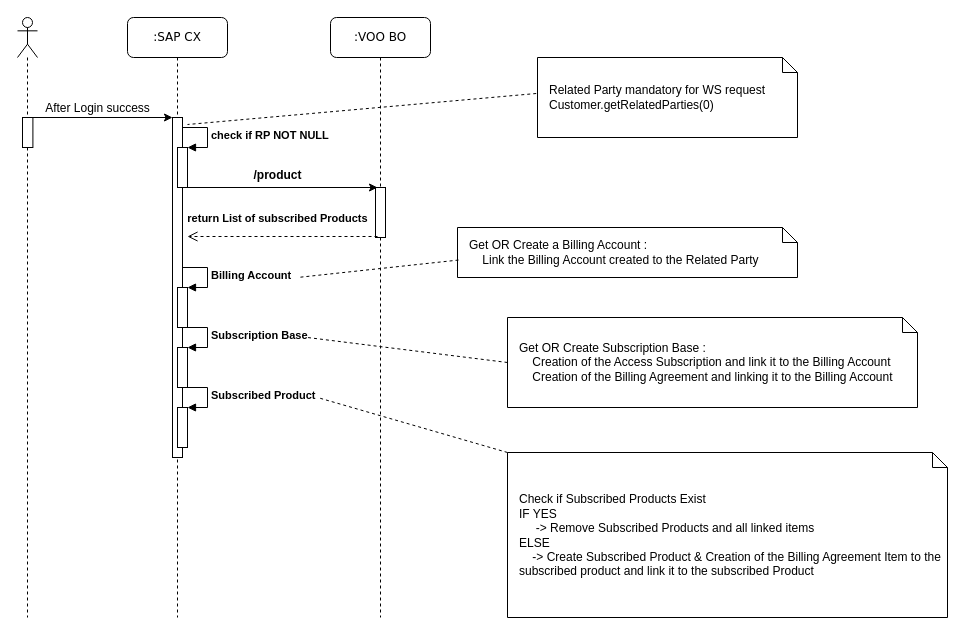
Before: page "subscriptions" (4 of 4) of SeqDiagram-CX-VOO-CDC.drawio in MudBloodArchitekt/draw.io, a draw.io diagram. Source tidied: cells renumbered, new cells numbered last; positions are measured from the earlier drawing's top-left corner, leaving out a move shared by most shapes. Both pictures are drawn from the tidied source at 100%, with x=0, y=0 at pixel (17, 17).
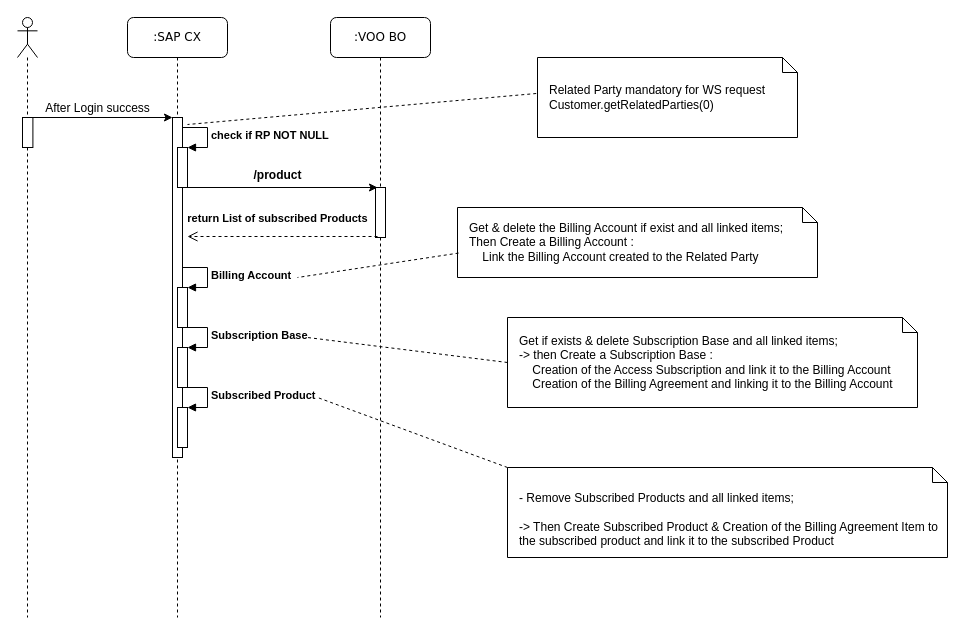
Above is the later version.

What changed in the source:
```diff
@@
-    <mxCell id="21" value="Get OR Create a Billing Account :&lt;br&gt;&amp;nbsp;&amp;nbsp;&amp;nbsp; Link the Billing Account created to the Related Party" style="shape=note;size=15;align=left;spacingLeft=10;html=1;whiteSpace=wrap;" parent="1" vertex="1">
-      <mxGeometry x="440" y="210" width="340" height="50" as="geometry" />
+    <mxCell id="21" value="Get &amp;amp; delete the Billing Account if exist  and all linked items;&lt;br&gt;Then Create a Billing Account :&lt;br&gt;&amp;nbsp;&amp;nbsp;&amp;nbsp; Link the Billing Account created to the Related Party" style="shape=note;size=15;align=left;spacingLeft=10;html=1;whiteSpace=wrap;" parent="1" vertex="1">
+      <mxGeometry x="440" y="190" width="360" height="70" as="geometry" />
     </mxCell>
@@
-    <mxCell id="23" value="Get OR Create Subscription Base :&lt;br&gt;&amp;nbsp;&amp;nbsp;&amp;nbsp; Creation of the Access Subscription and link it to the Billing Account&lt;br&gt;&amp;nbsp;&amp;nbsp;&amp;nbsp; Creation of the Billing Agreement and linking it to the Billing Account" style="shape=note;size=15;align=left;spacingLeft=10;html=1;whiteSpace=wrap;" parent="1" vertex="1">
+    <mxCell id="23" value="Get if exists &amp;amp; delete Subscription Base and all linked items;&lt;br&gt; -&amp;gt; then Create a Subscription Base :&lt;br&gt;&amp;nbsp;&amp;nbsp;&amp;nbsp; Creation of the Access Subscription and link it to the Billing Account&lt;br&gt;&amp;nbsp;&amp;nbsp;&amp;nbsp; Creation of the Billing Agreement and linking it to the Billing Account" style="shape=note;size=15;align=left;spacingLeft=10;html=1;whiteSpace=wrap;" parent="1" vertex="1">
       <mxGeometry x="490" y="300" width="410" height="90" as="geometry" />
     </mxCell>
-    <mxCell id="24" value="Check if Subscribed Products Exist&lt;br&gt;IF YES &lt;br&gt;&amp;nbsp;&amp;nbsp;&amp;nbsp;&amp;nbsp; -&amp;gt; Remove Subscribed Products and all linked items&lt;br&gt;ELSE&lt;br&gt;&amp;nbsp;&amp;nbsp;&amp;nbsp; -&amp;gt; Create Subscribed Product &amp;amp; Creation of the Billing Agreement Item to the subscribed product and link it to the subscribed Product" style="shape=note;size=15;align=left;spacingLeft=10;html=1;whiteSpace=wrap;" parent="1" vertex="1">
-      <mxGeometry x="490" y="435" width="440" height="165" as="geometry" />
+    <mxCell id="24" value="&lt;br&gt;&lt;div&gt;- Remove Subscribed Products and all linked items;&lt;/div&gt;&lt;div&gt;&lt;br&gt;&lt;/div&gt;-&amp;gt; Then Create Subscribed Product &amp;amp; Creation of the Billing Agreement Item to the subscribed product and link it to the subscribed Product" style="shape=note;size=15;align=left;spacingLeft=10;html=1;whiteSpace=wrap;" parent="1" vertex="1">
+      <mxGeometry x="490" y="450" width="440" height="90" as="geometry" />
     </mxCell>
```
